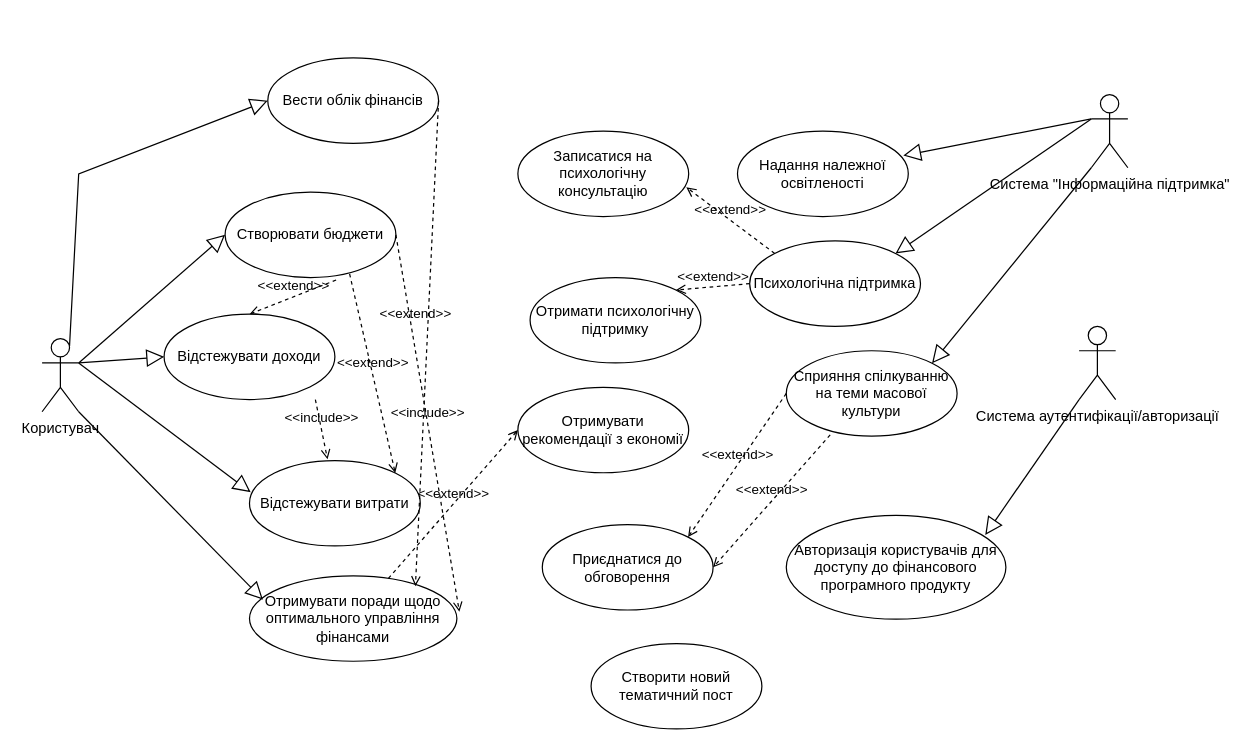
oleksandrblazhko/ai-214-lukachinskij keeps this draw.io diagram as 1-SoftwareRequirements/1.3-SoftwareUserRequirements/1.3.3-UseCaseDiagram/Use_Case.drawio. Above is the earlier version. Source tidied: cells renumbered, new cells numbered last; positions are measured from the earlier drawing's top-left corner, leaving out a move shared by most shapes. Both pictures are drawn from the tidied source at 122%, with x=0, y=0 at pixel (41, 57).
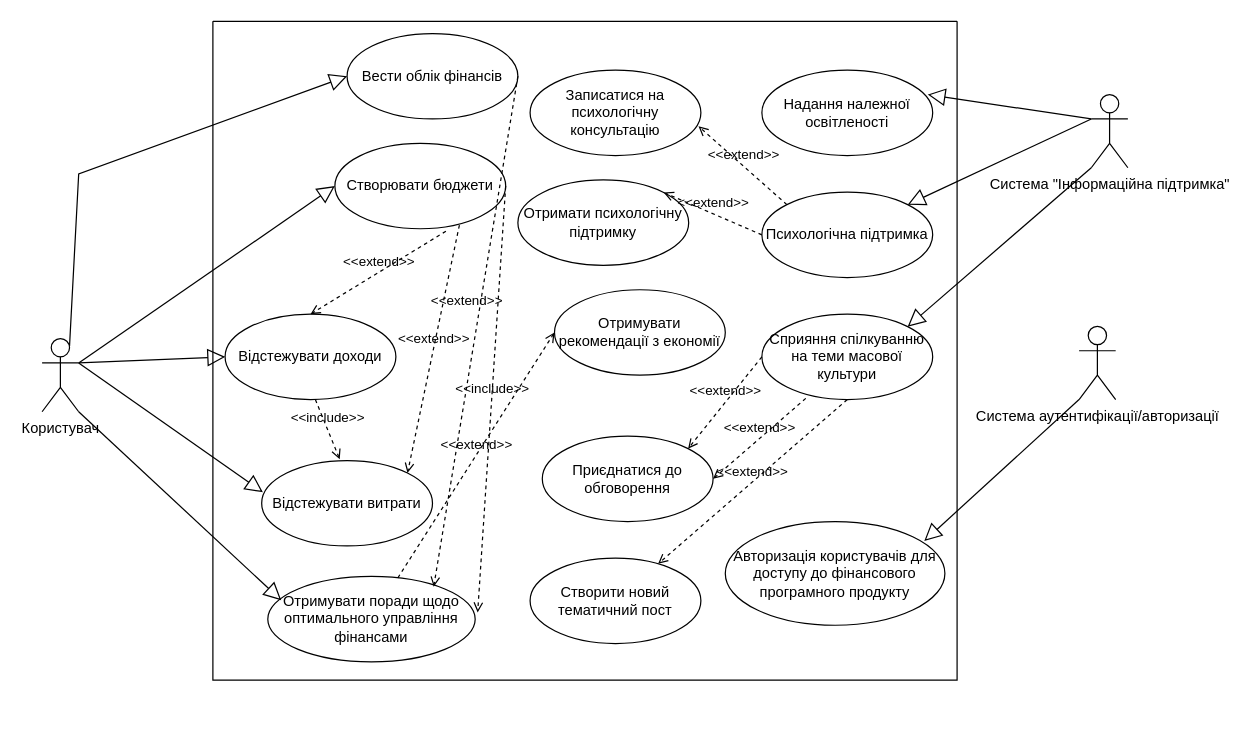
Above is the later version.

What changed in the source:
```diff
@@
     <mxCell id="5" value="Вести облік фінансів" style="ellipse;whiteSpace=wrap;html=1;" parent="1" vertex="1">
-      <mxGeometry x="185" width="140" height="70" as="geometry" />
+      <mxGeometry x="250" y="-20" width="140" height="70" as="geometry" />
     </mxCell>
-    <mxCell id="6" value="Психологічна підтримка" style="ellipse;whiteSpace=wrap;html=1;" parent="1" vertex="1">
-      <mxGeometry x="580" y="150" width="140" height="70" as="geometry" />
-    </mxCell>
-    <mxCell id="7" value="Надання належної освітленості" style="ellipse;whiteSpace=wrap;html=1;" parent="1" vertex="1">
-      <mxGeometry x="570" y="60" width="140" height="70" as="geometry" />
-    </mxCell>
     <mxCell id="8" value="Отримувати поради щодо оптимального управління фінансами" style="ellipse;whiteSpace=wrap;html=1;" parent="1" vertex="1">
-      <mxGeometry x="170" y="424.5" width="170" height="70" as="geometry" />
+      <mxGeometry x="185" y="425" width="170" height="70" as="geometry" />
     </mxCell>
     <mxCell id="9" value="Відстежувати витрати" style="ellipse;whiteSpace=wrap;html=1;" parent="1" vertex="1">
-      <mxGeometry x="170" y="330" width="140" height="70" as="geometry" />
+      <mxGeometry x="180" y="330" width="140" height="70" as="geometry" />
     </mxCell>
     <mxCell id="10" value="Відстежувати доходи" style="ellipse;whiteSpace=wrap;html=1;" parent="1" vertex="1">
-      <mxGeometry x="100" y="210" width="140" height="70" as="geometry" />
+      <mxGeometry x="150" y="210" width="140" height="70" as="geometry" />
     </mxCell>
     <mxCell id="11" value="Створювати бюджети" style="ellipse;whiteSpace=wrap;html=1;" parent="1" vertex="1">
-      <mxGeometry x="150" y="110" width="140" height="70" as="geometry" />
+      <mxGeometry x="240" y="70" width="140" height="70" as="geometry" />
     </mxCell>
-    <mxCell id="12" value="Авторизація користувачів для доступу до фінансового програмного продукту" style="ellipse;whiteSpace=wrap;html=1;" parent="1" vertex="1">
-      <mxGeometry x="610" y="375" width="180" height="85" as="geometry" />
-    </mxCell>
-    <mxCell id="13" value="Сприяння спілкуванню на теми масової культури" style="ellipse;whiteSpace=wrap;html=1;" parent="1" vertex="1">
-      <mxGeometry x="610" y="240" width="140" height="70" as="geometry" />
-    </mxCell>
@@
-    <mxCell id="28" value="Отримувати рекомендації з економії" style="ellipse;whiteSpace=wrap;html=1;" parent="1" vertex="1">
-      <mxGeometry x="390" y="270" width="140" height="70" as="geometry" />
-    </mxCell>
     <mxCell id="29" value="Отримати психологічну підтримку" style="ellipse;whiteSpace=wrap;html=1;" parent="1" vertex="1">
-      <mxGeometry x="400" y="180" width="140" height="70" as="geometry" />
+      <mxGeometry x="390" y="100" width="140" height="70" as="geometry" />
     </mxCell>
@@
     <mxCell id="32" value="Записатися на психологічну консультацію" style="ellipse;whiteSpace=wrap;html=1;" parent="1" vertex="1">
-      <mxGeometry x="390" y="60" width="140" height="70" as="geometry" />
+      <mxGeometry x="400" y="10" width="140" height="70" as="geometry" />
     </mxCell>
@@
+    <mxCell id="38" style="swimlane;startSize=0;" parent="1" vertex="1">
+      <mxGeometry x="140" y="-30" width="610" height="540" as="geometry" />
+    </mxCell>
+    <mxCell id="7" value="Надання належної освітленості" style="ellipse;whiteSpace=wrap;html=1;" parent="38" vertex="1">
+      <mxGeometry x="450" y="40" width="140" height="70" as="geometry" />
+    </mxCell>
+    <mxCell id="6" value="Психологічна підтримка" style="ellipse;whiteSpace=wrap;html=1;" parent="38" vertex="1">
+      <mxGeometry x="450" y="140" width="140" height="70" as="geometry" />
+    </mxCell>
+    <mxCell id="13" value="Сприяння спілкуванню на теми масової культури" style="ellipse;whiteSpace=wrap;html=1;" parent="38" vertex="1">
+      <mxGeometry x="450" y="240" width="140" height="70" as="geometry" />
+    </mxCell>
+    <mxCell id="12" value="Авторизація користувачів для доступу до фінансового програмного продукту" style="ellipse;whiteSpace=wrap;html=1;" parent="38" vertex="1">
+      <mxGeometry x="420" y="410" width="180" height="85" as="geometry" />
+    </mxCell>
-    <mxCell id="34" value="Створити новий тематичний пост" style="ellipse;whiteSpace=wrap;html=1;" parent="1" vertex="1">
-      <mxGeometry x="450" y="480" width="140" height="70" as="geometry" />
+    <mxCell id="34" value="Створити новий тематичний пост" style="ellipse;whiteSpace=wrap;html=1;" parent="38" vertex="1">
+      <mxGeometry x="260" y="440" width="140" height="70" as="geometry" />
     </mxCell>
+    <mxCell id="39" value="&amp;lt;&amp;lt;extend&amp;gt;&amp;gt;" style="html=1;verticalAlign=bottom;labelBackgroundColor=none;endArrow=open;endFill=0;dashed=1;rounded=0;exitX=0.5;exitY=1;exitDx=0;exitDy=0;" parent="38" edge="1" source="13" target="34">
+      <mxGeometry relative="1" as="geometry" />
+    </mxCell>
-    <mxCell id="35" value="Приєднатися до обговорення" style="ellipse;whiteSpace=wrap;html=1;" parent="1" vertex="1">
-      <mxGeometry x="410" y="382.5" width="140" height="70" as="geometry" />
+    <mxCell id="35" value="Приєднатися до обговорення" style="ellipse;whiteSpace=wrap;html=1;" parent="38" vertex="1">
+      <mxGeometry x="270" y="340" width="140" height="70" as="geometry" />
     </mxCell>
-    <mxCell id="36" value="&amp;lt;&amp;lt;extend&amp;gt;&amp;gt;" style="html=1;verticalAlign=bottom;labelBackgroundColor=none;endArrow=open;endFill=0;dashed=1;rounded=0;exitX=0.257;exitY=0.986;exitDx=0;exitDy=0;exitPerimeter=0;entryX=1;entryY=0.5;entryDx=0;entryDy=0;" parent="1" edge="1" source="13" target="35">
+    <mxCell id="36" value="&amp;lt;&amp;lt;extend&amp;gt;&amp;gt;" style="html=1;verticalAlign=bottom;labelBackgroundColor=none;endArrow=open;endFill=0;dashed=1;rounded=0;exitX=0.257;exitY=0.986;exitDx=0;exitDy=0;exitPerimeter=0;entryX=1;entryY=0.5;entryDx=0;entryDy=0;" parent="38" edge="1" source="13" target="35">
       <mxGeometry relative="1" as="geometry" />
     </mxCell>
-    <mxCell id="37" value="&amp;lt;&amp;lt;extend&amp;gt;&amp;gt;" style="html=1;verticalAlign=bottom;labelBackgroundColor=none;endArrow=open;endFill=0;dashed=1;rounded=0;exitX=0;exitY=0.5;exitDx=0;exitDy=0;entryX=1;entryY=0;entryDx=0;entryDy=0;" parent="1" edge="1" source="13" target="35">
+    <mxCell id="37" value="&amp;lt;&amp;lt;extend&amp;gt;&amp;gt;" style="html=1;verticalAlign=bottom;labelBackgroundColor=none;endArrow=open;endFill=0;dashed=1;rounded=0;exitX=0;exitY=0.5;exitDx=0;exitDy=0;entryX=1;entryY=0;entryDx=0;entryDy=0;" parent="38" edge="1" source="13" target="35">
       <mxGeometry relative="1" as="geometry" />
     </mxCell>
+    <mxCell id="28" value="Отримувати рекомендації з економії" style="ellipse;whiteSpace=wrap;html=1;" parent="38" vertex="1">
+      <mxGeometry x="280" y="220" width="140" height="70" as="geometry" />
+    </mxCell>
```
